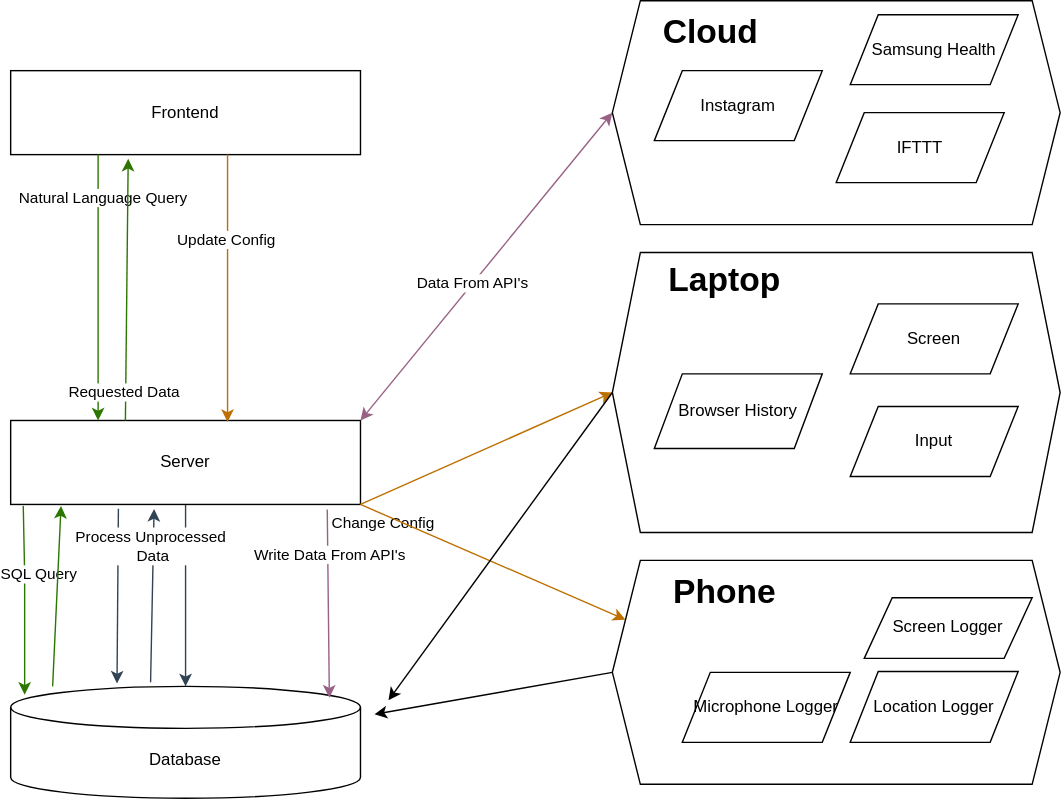
MattHandzel/lifelog keeps this draw.io diagram as docs/Lifelog.drawio.svg. Above is the earlier version. Source tidied: cells renumbered, new cells last; positions are measured from the earlier drawing's top-left corner, leaving out a move shared by most shapes.
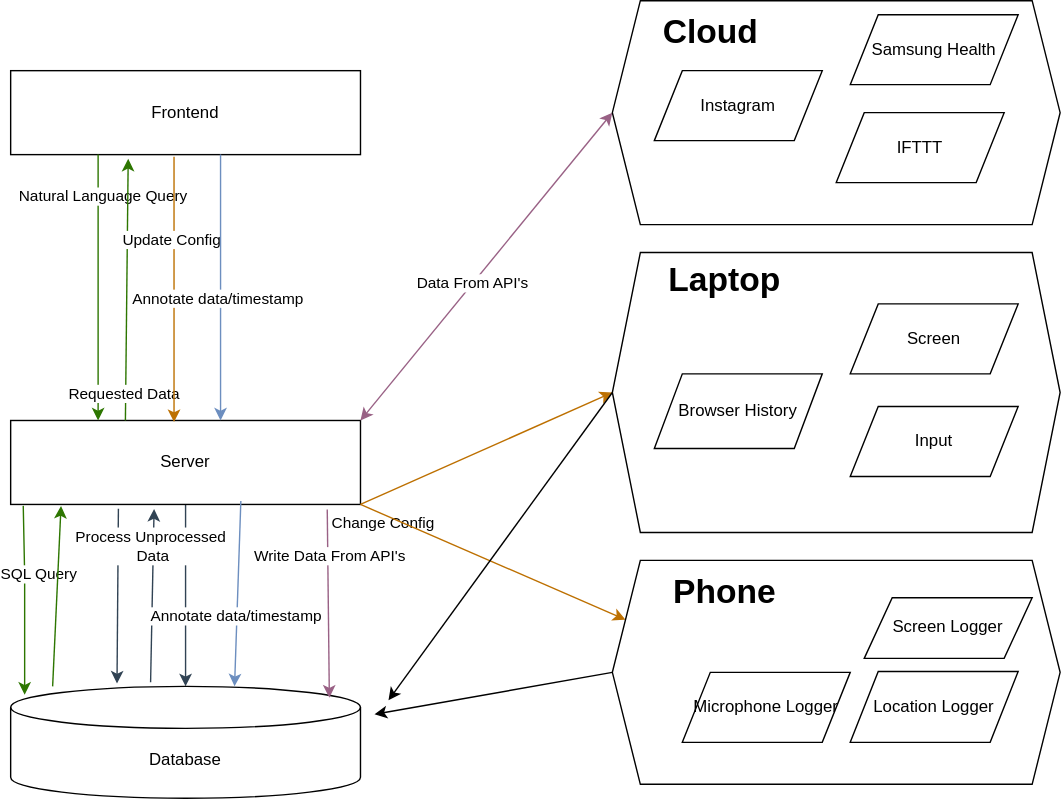
Later version of the same file.

Change to the diagram source:
```diff
@@ -104,7 +104,7 @@
     <mxCell id="29" value="Screen Logger" style="shape=parallelogram;perimeter=parallelogramPerimeter;whiteSpace=wrap;html=1;fixedSize=1;strokeColor=light-dark(#000000,#FF0000);" parent="23" vertex="1">
       <mxGeometry x="180" y="26.7" width="120" height="43.3" as="geometry" />
     </mxCell>
-    <mxCell id="30" style="endArrow=classic;html=1;rounded=0;entryX=0.62;entryY=0.017;entryDx=0;entryDy=0;entryPerimeter=0;exitX=0.62;exitY=1;exitDx=0;exitDy=0;exitPerimeter=0;fillColor=#f0a30a;strokeColor=#BD7000;" parent="1" edge="1" source="15" target="11">
+    <mxCell id="30" style="endArrow=classic;html=1;rounded=0;entryX=0.467;entryY=0.019;entryDx=0;entryDy=0;entryPerimeter=0;exitX=0.467;exitY=1.024;exitDx=0;exitDy=0;exitPerimeter=0;fillColor=#f0a30a;strokeColor=#BD7000;" parent="1" edge="1" source="15" target="11">
       <mxGeometry relative="1" as="geometry" />
     </mxCell>
     <mxCell id="31" value="&lt;div&gt;Update Config&lt;/div&gt;" style="edgeLabel;html=1;align=center;verticalAlign=middle;" parent="30" vertex="1">
@@ -162,5 +162,26 @@
     <mxCell id="45" value="IFTTT" style="shape=parallelogram;perimeter=parallelogramPerimeter;whiteSpace=wrap;html=1;fixedSize=1;fillColor=none;strokeColor=light-dark(#000000,#66CC00);" parent="40" vertex="1">
       <mxGeometry x="160" y="80" width="120" height="50" as="geometry" />
     </mxCell>
+    <mxCell id="46" style="endArrow=classic;html=1;rounded=0;entryX=0.467;entryY=0.019;entryDx=0;entryDy=0;entryPerimeter=0;exitX=0.467;exitY=1.024;exitDx=0;exitDy=0;exitPerimeter=0;fillColor=#dae8fc;strokeColor=#6c8ebf;gradientColor=#7ea6e0;" parent="1" edge="1">
+      <mxGeometry relative="1" as="geometry">
+        <mxPoint x="150" y="110" as="sourcePoint" />
+        <mxPoint x="150" y="300" as="targetPoint" />
+      </mxGeometry>
+    </mxCell>
+    <mxCell id="47" value="Annotate data/timestamp" style="edgeLabel;html=1;align=center;verticalAlign=middle;" parent="46" vertex="1">
+      <mxGeometry x="-0.29" y="-2" relative="1" as="geometry">
+        <mxPoint y="35" as="offset" />
+      </mxGeometry>
+    </mxCell>
+    <mxCell id="48" style="endArrow=classic;html=1;rounded=0;entryX=0.467;entryY=0.019;entryDx=0;entryDy=0;entryPerimeter=0;exitX=0.658;exitY=0.959;exitDx=0;exitDy=0;exitPerimeter=0;fillColor=#dae8fc;strokeColor=#6c8ebf;gradientColor=#7ea6e0;" parent="1" edge="1" source="11">
+      <mxGeometry relative="1" as="geometry">
+        <mxPoint x="160" y="490" as="targetPoint" />
+      </mxGeometry>
+    </mxCell>
+    <mxCell id="49" value="Annotate data/timestamp" style="edgeLabel;html=1;align=center;verticalAlign=middle;" parent="48" vertex="1">
+      <mxGeometry x="-0.29" y="-2" relative="1" as="geometry">
+        <mxPoint y="35" as="offset" />
+      </mxGeometry>
+    </mxCell>
   </root>
 </mxGraphModel>
```
